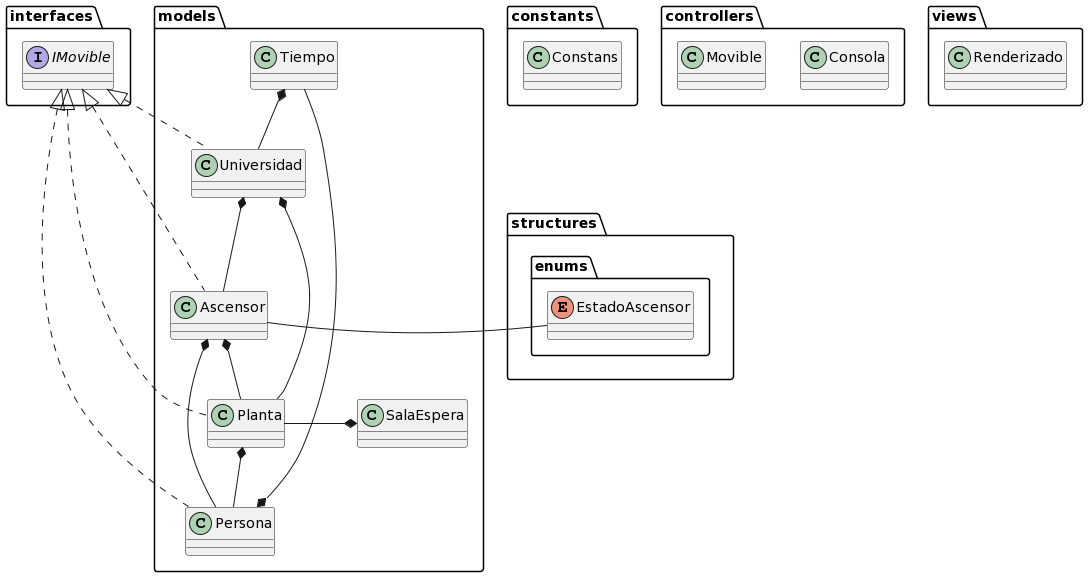
The PlantUML diagram entregas/Grupo4/v2/ModeloDelDominio/images/modeloDelDominio.png in mmasias/IdSw2-22-23, before a commit.
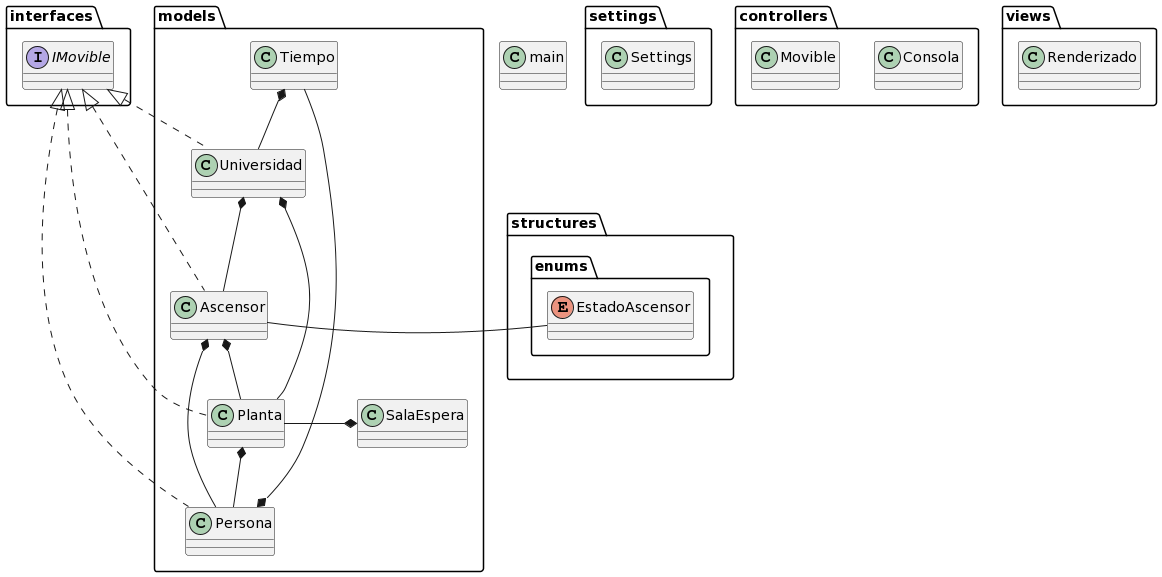
Later version of the same file.

Diff of the diagram source:
```diff
@@ -25,12 +25,14 @@
 class "models.SalaEspera" {
 }
 
-class constants.Constans
+class settings.Settings
 
 class "controllers.Consola" {
 }
 
 class "controllers.Movible" {
+}
+class main {
 }
 
 
```
